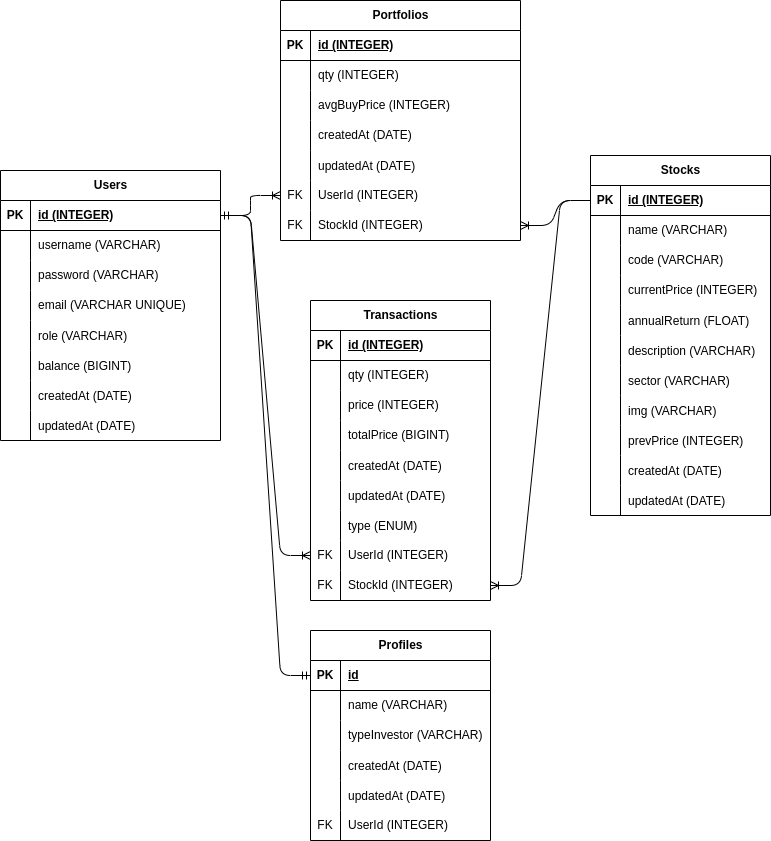
Before: ERD-schema.drawio.png, a diagram exported from draw.io (TryIndraHatmojo/ModalReceh). Source tidied: cells renumbered, new cells last; positions are measured from the earlier drawing's top-left corner, leaving out a move shared by most shapes.
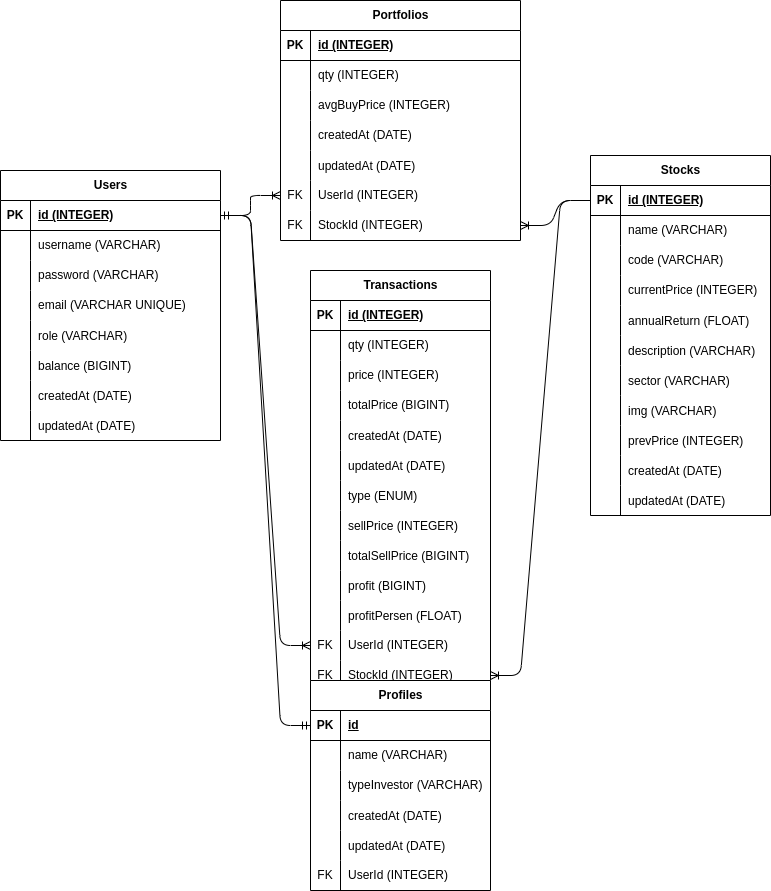
The same file after the commit.

What changed in the source:
```diff
@@ -144,7 +144,7 @@
       <mxGeometry x="30" width="210" height="30" as="geometry" />
     </mxCell>
     <mxCell id="49" value="Transactions" style="shape=table;startSize=30;rowLines=0;fontStyle=1;align=center;html=1;" parent="1" vertex="1">
-      <mxGeometry x="310" y="300" width="180" height="300" as="geometry" />
+      <mxGeometry x="310" y="270" width="180" height="420" as="geometry" />
     </mxCell>
     <mxCell id="50" style="shape=tableRow;horizontal=0;startSize=0;swimlaneHead=0;swimlaneBody=0;fillColor=none;top=0;left=0;right=0;bottom=1;" parent="49" vertex="1">
       <mxGeometry y="30" width="180" height="30" as="geometry" />
@@ -209,8 +209,44 @@
     <mxCell id="70" value="type (ENUM)" style="shape=partialRectangle;fillColor=none;top=0;left=0;bottom=0;right=0;align=left;spacingLeft=6;overflow=hidden;" parent="68" vertex="1">
       <mxGeometry x="30" width="150" height="30" as="geometry" />
     </mxCell>
+    <mxCell id="135" style="shape=tableRow;horizontal=0;startSize=0;swimlaneHead=0;swimlaneBody=0;fillColor=none;top=0;left=0;right=0;bottom=0;" parent="49" vertex="1">
+      <mxGeometry y="240" width="180" height="30" as="geometry" />
+    </mxCell>
+    <mxCell id="136" style="shape=partialRectangle;fillColor=none;top=0;left=0;bottom=0;right=0;overflow=hidden;" parent="135" vertex="1">
+      <mxGeometry width="30" height="30" as="geometry" />
+    </mxCell>
+    <mxCell id="137" value="sellPrice (INTEGER)" style="shape=partialRectangle;fillColor=none;top=0;left=0;bottom=0;right=0;align=left;spacingLeft=6;overflow=hidden;" parent="135" vertex="1">
+      <mxGeometry x="30" width="150" height="30" as="geometry" />
+    </mxCell>
+    <mxCell id="138" style="shape=tableRow;horizontal=0;startSize=0;swimlaneHead=0;swimlaneBody=0;fillColor=none;top=0;left=0;right=0;bottom=0;" parent="49" vertex="1">
+      <mxGeometry y="270" width="180" height="30" as="geometry" />
+    </mxCell>
+    <mxCell id="139" style="shape=partialRectangle;fillColor=none;top=0;left=0;bottom=0;right=0;overflow=hidden;" parent="138" vertex="1">
+      <mxGeometry width="30" height="30" as="geometry" />
+    </mxCell>
+    <mxCell id="140" value="totalSellPrice (BIGINT)" style="shape=partialRectangle;fillColor=none;top=0;left=0;bottom=0;right=0;align=left;spacingLeft=6;overflow=hidden;" parent="138" vertex="1">
+      <mxGeometry x="30" width="150" height="30" as="geometry" />
+    </mxCell>
+    <mxCell id="141" style="shape=tableRow;horizontal=0;startSize=0;swimlaneHead=0;swimlaneBody=0;fillColor=none;top=0;left=0;right=0;bottom=0;" parent="49" vertex="1">
+      <mxGeometry y="300" width="180" height="30" as="geometry" />
+    </mxCell>
+    <mxCell id="142" style="shape=partialRectangle;fillColor=none;top=0;left=0;bottom=0;right=0;overflow=hidden;" parent="141" vertex="1">
+      <mxGeometry width="30" height="30" as="geometry" />
+    </mxCell>
+    <mxCell id="143" value="profit (BIGINT)" style="shape=partialRectangle;fillColor=none;top=0;left=0;bottom=0;right=0;align=left;spacingLeft=6;overflow=hidden;" parent="141" vertex="1">
+      <mxGeometry x="30" width="150" height="30" as="geometry" />
+    </mxCell>
+    <mxCell id="144" style="shape=tableRow;horizontal=0;startSize=0;swimlaneHead=0;swimlaneBody=0;fillColor=none;top=0;left=0;right=0;bottom=0;" parent="49" vertex="1">
+      <mxGeometry y="330" width="180" height="30" as="geometry" />
+    </mxCell>
+    <mxCell id="145" style="shape=partialRectangle;fillColor=none;top=0;left=0;bottom=0;right=0;overflow=hidden;" parent="144" vertex="1">
+      <mxGeometry width="30" height="30" as="geometry" />
+    </mxCell>
+    <mxCell id="146" value="profitPersen (FLOAT)" style="shape=partialRectangle;fillColor=none;top=0;left=0;bottom=0;right=0;align=left;spacingLeft=6;overflow=hidden;" parent="144" vertex="1">
+      <mxGeometry x="30" width="150" height="30" as="geometry" />
+    </mxCell>
     <mxCell id="71" style="shape=tableRow;horizontal=0;startSize=0;swimlaneHead=0;swimlaneBody=0;fillColor=none;points=[[0,0.5],[1,0.5]];portConstraint=eastwest;top=0;left=0;right=0;bottom=0;" parent="49" vertex="1">
-      <mxGeometry y="240" width="180" height="30" as="geometry" />
+      <mxGeometry y="360" width="180" height="30" as="geometry" />
     </mxCell>
     <mxCell id="72" value="FK" style="shape=partialRectangle;fillColor=none;top=0;left=0;bottom=0;right=0;fontStyle=0;overflow=hidden;whiteSpace=wrap;html=1;" parent="71" vertex="1">
       <mxGeometry width="30" height="30" as="geometry" />
@@ -219,7 +255,7 @@
       <mxGeometry x="30" width="150" height="30" as="geometry" />
     </mxCell>
     <mxCell id="74" style="shape=tableRow;horizontal=0;startSize=0;swimlaneHead=0;swimlaneBody=0;fillColor=none;points=[[0,0.5],[1,0.5]];portConstraint=eastwest;top=0;left=0;right=0;bottom=0;" parent="49" vertex="1">
-      <mxGeometry y="270" width="180" height="30" as="geometry" />
+      <mxGeometry y="390" width="180" height="30" as="geometry" />
     </mxCell>
     <mxCell id="75" value="FK" style="shape=partialRectangle;fillColor=none;top=0;left=0;bottom=0;right=0;fontStyle=0;overflow=hidden;whiteSpace=wrap;html=1;" parent="74" vertex="1">
       <mxGeometry width="30" height="30" as="geometry" />
@@ -342,7 +378,7 @@
       <mxGeometry relative="1" as="geometry" />
     </mxCell>
     <mxCell id="115" value="Profiles" style="shape=table;startSize=30;rowLines=0;fontStyle=1;align=center;html=1;" parent="1" vertex="1">
-      <mxGeometry x="310" y="630" width="180" height="210" as="geometry" />
+      <mxGeometry x="310" y="680" width="180" height="210" as="geometry" />
     </mxCell>
     <mxCell id="116" style="shape=tableRow;horizontal=0;startSize=0;swimlaneHead=0;swimlaneBody=0;fillColor=none;points=[[0,0.5],[1,0.5]];portConstraint=eastwest;top=0;left=0;right=0;bottom=1;" parent="115" vertex="1">
       <mxGeometry y="30" width="180" height="30" as="geometry" />
```
